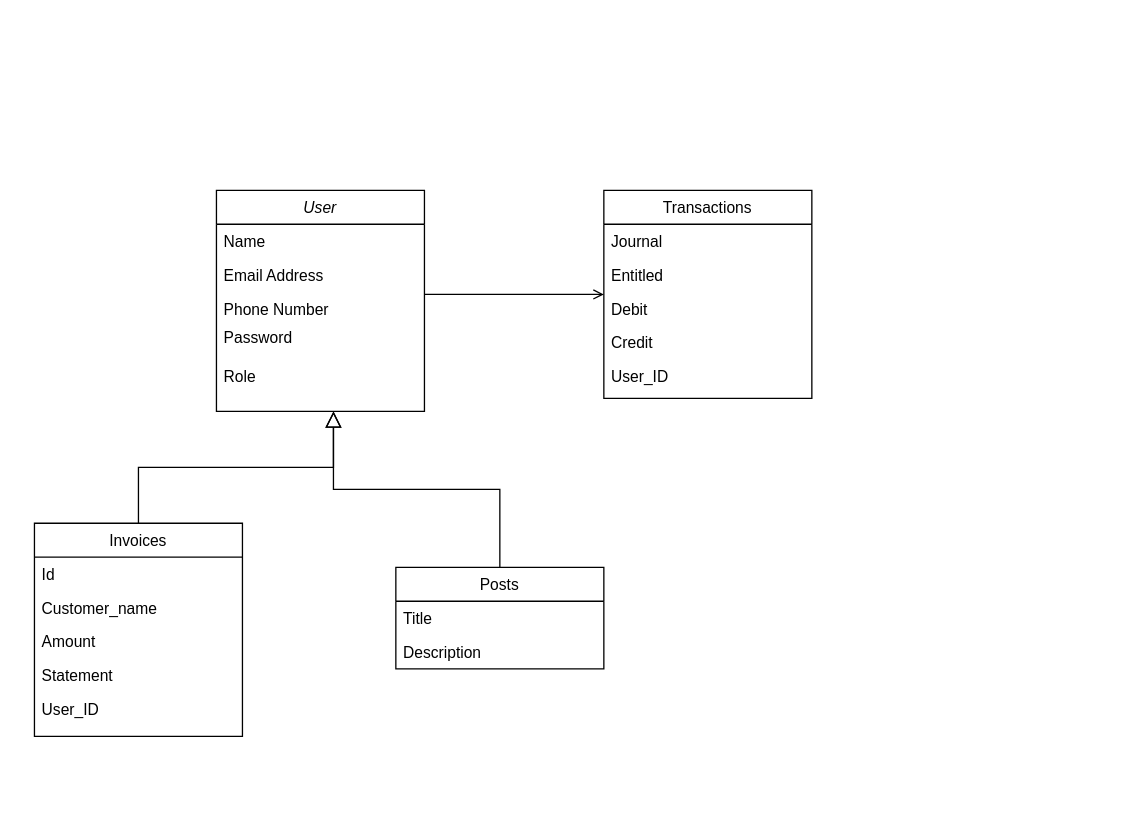
The draw.io diagram Untitled Diagram.drawio in Fitahsoufian/Projet-Fin-d-tudes, before the edit. Source tidied: cells renumbered, new cells numbered last; positions are measured from the earlier drawing's top-left corner, leaving out a move shared by most shapes. Both pictures are drawn from the tidied source at 130%, with x=0, y=0 at pixel (34, 190).
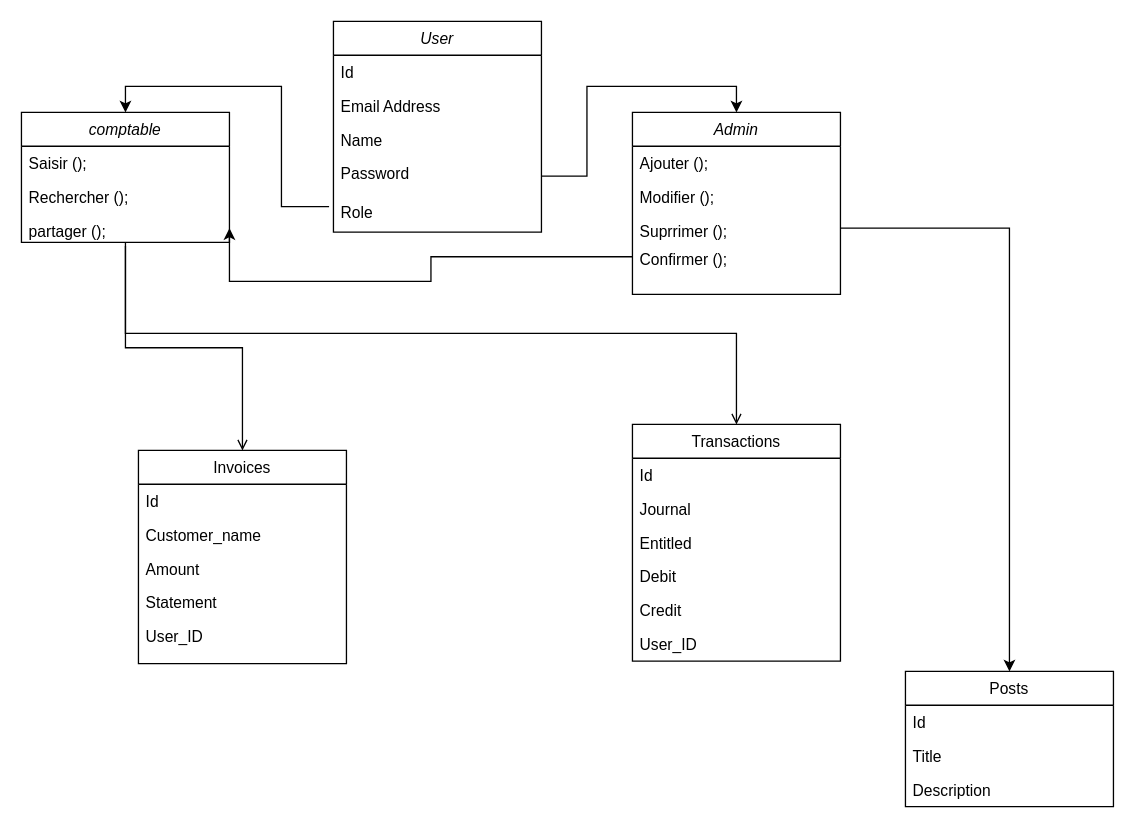
The same diagram, later.

Diff of the diagram source:
```diff
@@
     <mxCell id="2" value="User" style="swimlane;fontStyle=2;align=center;verticalAlign=top;horizontal=1;startSize=26;rounded=0;shadow=0;strokeWidth=1;" parent="1" vertex="1">
-      <mxGeometry x="140" width="160" height="170" as="geometry" />
+      <mxGeometry x="230" y="-130" width="160" height="162" as="geometry" />
     </mxCell>
+    <mxCell id="26" value="Id" style="text;align=left;verticalAlign=top;spacingLeft=4;spacingRight=4;overflow=hidden;rounded=0;shadow=0;html=0;" parent="2" vertex="1">
+      <mxGeometry y="26" width="160" height="26" as="geometry" />
+    </mxCell>
+    <mxCell id="4" value="Email Address" style="text;align=left;verticalAlign=top;spacingLeft=4;spacingRight=4;overflow=hidden;rounded=0;shadow=0;html=0;" parent="2" vertex="1">
+      <mxGeometry y="52" width="160" height="26" as="geometry" />
+    </mxCell>
     <mxCell id="3" value="Name" style="text;align=left;verticalAlign=top;spacingLeft=4;spacingRight=4;overflow=hidden;" parent="2" vertex="1">
-      <mxGeometry y="26" width="160" height="26" as="geometry" />
+      <mxGeometry y="78" width="160" height="26" as="geometry" />
     </mxCell>
-    <mxCell id="4" value="Email Address" style="text;align=left;verticalAlign=top;spacingLeft=4;spacingRight=4;overflow=hidden;rounded=0;shadow=0;html=0;" parent="2" vertex="1">
-      <mxGeometry y="52" width="160" height="26" as="geometry" />
-    </mxCell>
-    <mxCell id="5" value="Phone Number" style="text;align=left;verticalAlign=top;spacingLeft=4;spacingRight=4;overflow=hidden;points=[[0,0.5],[1,0.5]];portConstraint=eastwest;rounded=0;shadow=0;html=0;" parent="2" vertex="1">
-      <mxGeometry y="78" width="160" height="22" as="geometry" />
-    </mxCell>
     <mxCell id="6" value="Password" style="text;align=left;verticalAlign=top;spacingLeft=4;spacingRight=4;overflow=hidden;points=[[0,0.5],[1,0.5]];portConstraint=eastwest;rounded=0;shadow=0;html=0;" parent="2" vertex="1">
-      <mxGeometry y="100" width="160" height="30" as="geometry" />
+      <mxGeometry y="104" width="160" height="30" as="geometry" />
     </mxCell>
     <mxCell id="7" value="Role" style="text;align=left;verticalAlign=top;spacingLeft=4;spacingRight=4;overflow=hidden;points=[[0,0.5],[1,0.5]];portConstraint=eastwest;rounded=0;shadow=0;html=0;" parent="2" vertex="1">
-      <mxGeometry y="130" width="160" height="40" as="geometry" />
+      <mxGeometry y="134" width="160" height="28" as="geometry" />
     </mxCell>
     <mxCell id="8" value="Invoices" style="swimlane;fontStyle=0;align=center;verticalAlign=top;horizontal=1;startSize=26;rounded=0;shadow=0;strokeWidth=1;" parent="1" vertex="1">
-      <mxGeometry y="256" width="160" height="164" as="geometry" />
+      <mxGeometry x="80" y="200" width="160" height="164" as="geometry" />
     </mxCell>
@@
-    <mxCell id="14" style="endArrow=block;endSize=10;endFill=0;shadow=0;strokeWidth=1;rounded=0;edgeStyle=elbowEdgeStyle;elbow=vertical;" parent="1" edge="1" source="8">
-      <mxGeometry relative="1" as="geometry">
-        <mxPoint x="230" y="170" as="targetPoint" />
-      </mxGeometry>
-    </mxCell>
     <mxCell id="15" value="Posts" style="swimlane;fontStyle=0;align=center;verticalAlign=top;horizontal=1;startSize=26;rounded=0;shadow=0;strokeWidth=1;" parent="1" vertex="1">
-      <mxGeometry x="278" y="290" width="160" height="78" as="geometry" />
+      <mxGeometry x="670" y="370" width="160" height="104" as="geometry" />
     </mxCell>
+    <mxCell id="27" value="Id" style="text;align=left;verticalAlign=top;spacingLeft=4;spacingRight=4;overflow=hidden;rounded=0;shadow=0;html=0;" parent="15" vertex="1">
+      <mxGeometry y="26" width="160" height="26" as="geometry" />
+    </mxCell>
     <mxCell id="16" value="Title" style="text;align=left;verticalAlign=top;spacingLeft=4;spacingRight=4;overflow=hidden;" parent="15" vertex="1">
-      <mxGeometry y="26" width="160" height="26" as="geometry" />
+      <mxGeometry y="52" width="160" height="26" as="geometry" />
     </mxCell>
     <mxCell id="17" value="Description" style="text;align=left;verticalAlign=top;spacingLeft=4;spacingRight=4;overflow=hidden;" parent="15" vertex="1">
-      <mxGeometry y="52" width="160" height="26" as="geometry" />
+      <mxGeometry y="78" width="160" height="26" as="geometry" />
     </mxCell>
-    <mxCell id="18" style="endArrow=block;endSize=10;endFill=0;shadow=0;strokeWidth=1;rounded=0;edgeStyle=elbowEdgeStyle;elbow=vertical;" parent="1" edge="1" source="15">
-      <mxGeometry relative="1" as="geometry">
-        <mxPoint x="230" y="170" as="targetPoint" />
-      </mxGeometry>
-    </mxCell>
     <mxCell id="19" value="Transactions" style="swimlane;fontStyle=0;align=center;verticalAlign=top;horizontal=1;startSize=26;rounded=0;shadow=0;strokeWidth=1;" parent="1" vertex="1">
-      <mxGeometry x="438" width="160" height="160" as="geometry" />
+      <mxGeometry x="460" y="180" width="160" height="182" as="geometry" />
     </mxCell>
+    <mxCell id="28" value="Id" style="text;align=left;verticalAlign=top;spacingLeft=4;spacingRight=4;overflow=hidden;rounded=0;shadow=0;html=0;" parent="19" vertex="1">
+      <mxGeometry y="26" width="160" height="26" as="geometry" />
+    </mxCell>
     <mxCell id="20" value="Journal" style="text;align=left;verticalAlign=top;spacingLeft=4;spacingRight=4;overflow=hidden;" parent="19" vertex="1">
-      <mxGeometry y="26" width="160" height="26" as="geometry" />
+      <mxGeometry y="52" width="160" height="26" as="geometry" />
     </mxCell>
     <mxCell id="21" value="Entitled" style="text;align=left;verticalAlign=top;spacingLeft=4;spacingRight=4;overflow=hidden;rounded=0;shadow=0;html=0;" parent="19" vertex="1">
-      <mxGeometry y="52" width="160" height="26" as="geometry" />
+      <mxGeometry y="78" width="160" height="26" as="geometry" />
     </mxCell>
     <mxCell id="22" value="Debit" style="text;align=left;verticalAlign=top;spacingLeft=4;spacingRight=4;overflow=hidden;rounded=0;shadow=0;html=0;" parent="19" vertex="1">
-      <mxGeometry y="78" width="160" height="26" as="geometry" />
+      <mxGeometry y="104" width="160" height="26" as="geometry" />
     </mxCell>
     <mxCell id="23" value="Credit" style="text;align=left;verticalAlign=top;spacingLeft=4;spacingRight=4;overflow=hidden;rounded=0;shadow=0;html=0;" parent="19" vertex="1">
-      <mxGeometry y="104" width="160" height="26" as="geometry" />
+      <mxGeometry y="130" width="160" height="26" as="geometry" />
     </mxCell>
     <mxCell id="24" value="User_ID" style="text;align=left;verticalAlign=top;spacingLeft=4;spacingRight=4;overflow=hidden;rounded=0;shadow=0;html=0;" parent="19" vertex="1">
-      <mxGeometry y="130" width="160" height="26" as="geometry" />
+      <mxGeometry y="156" width="160" height="26" as="geometry" />
     </mxCell>
-    <mxCell id="25" style="endArrow=open;shadow=0;strokeWidth=1;rounded=0;endFill=1;edgeStyle=elbowEdgeStyle;elbow=vertical;" parent="1" edge="1" source="2" target="19">
+    <mxCell id="25" style="endArrow=open;shadow=0;strokeWidth=1;rounded=0;endFill=1;edgeStyle=elbowEdgeStyle;elbow=vertical;exitX=0.5;exitY=1;exitDx=0;exitDy=0;" parent="1" edge="1" source="29" target="19">
       <mxGeometry x="0.5" y="41" relative="1" as="geometry">
         <mxPoint x="-40" y="32" as="offset" />
       </mxGeometry>
     </mxCell>
+    <mxCell id="29" value="comptable" style="swimlane;fontStyle=2;align=center;verticalAlign=top;horizontal=1;startSize=26;rounded=0;shadow=0;strokeWidth=1;" parent="1" vertex="1">
+      <mxGeometry x="-10" y="-60" width="160" height="100" as="geometry" />
+    </mxCell>
+    <mxCell id="30" value="Saisir ();" style="text;align=left;verticalAlign=top;spacingLeft=4;spacingRight=4;overflow=hidden;" parent="29" vertex="1">
+      <mxGeometry y="26" width="160" height="26" as="geometry" />
+    </mxCell>
+    <mxCell id="31" value="Rechercher ();" style="text;align=left;verticalAlign=top;spacingLeft=4;spacingRight=4;overflow=hidden;rounded=0;shadow=0;html=0;" parent="29" vertex="1">
+      <mxGeometry y="52" width="160" height="26" as="geometry" />
+    </mxCell>
+    <mxCell id="5" value="partager ();" style="text;align=left;verticalAlign=top;spacingLeft=4;spacingRight=4;overflow=hidden;points=[[0,0.5],[1,0.5]];portConstraint=eastwest;rounded=0;shadow=0;html=0;" parent="29" vertex="1">
+      <mxGeometry y="78" width="160" height="22" as="geometry" />
+    </mxCell>
+    <mxCell id="32" style="edgeStyle=orthogonalEdgeStyle;rounded=0;jettySize=auto;html=1;exitX=-0.021;exitY=0.3;exitDx=0;exitDy=0;entryX=0.5;entryY=0;entryDx=0;entryDy=0;exitPerimeter=0;" parent="1" edge="1" source="7" target="29">
+      <mxGeometry relative="1" as="geometry" />
+    </mxCell>
+    <mxCell id="33" value="Admin" style="swimlane;fontStyle=2;align=center;verticalAlign=top;horizontal=1;startSize=26;rounded=0;shadow=0;strokeWidth=1;" parent="1" vertex="1">
+      <mxGeometry x="460" y="-60" width="160" height="140" as="geometry" />
+    </mxCell>
+    <mxCell id="34" value="Ajouter ();" style="text;align=left;verticalAlign=top;spacingLeft=4;spacingRight=4;overflow=hidden;" parent="33" vertex="1">
+      <mxGeometry y="26" width="160" height="26" as="geometry" />
+    </mxCell>
+    <mxCell id="35" value="Modifier ();" style="text;align=left;verticalAlign=top;spacingLeft=4;spacingRight=4;overflow=hidden;rounded=0;shadow=0;html=0;" parent="33" vertex="1">
+      <mxGeometry y="52" width="160" height="26" as="geometry" />
+    </mxCell>
+    <mxCell id="36" value="Suprrimer ();" style="text;align=left;verticalAlign=top;spacingLeft=4;spacingRight=4;overflow=hidden;points=[[0,0.5],[1,0.5]];portConstraint=eastwest;rounded=0;shadow=0;html=0;" parent="33" vertex="1">
+      <mxGeometry y="78" width="160" height="22" as="geometry" />
+    </mxCell>
+    <mxCell id="37" value="Confirmer ();" style="text;align=left;verticalAlign=top;spacingLeft=4;spacingRight=4;overflow=hidden;points=[[0,0.5],[1,0.5]];portConstraint=eastwest;rounded=0;shadow=0;html=0;" parent="33" vertex="1">
+      <mxGeometry y="100" width="160" height="22" as="geometry" />
+    </mxCell>
+    <mxCell id="38" style="endArrow=open;shadow=0;strokeWidth=1;rounded=0;endFill=1;edgeStyle=elbowEdgeStyle;elbow=vertical;exitX=0.5;exitY=1.121;exitDx=0;exitDy=0;exitPerimeter=0;entryX=0.5;entryY=0;entryDx=0;entryDy=0;" parent="1" edge="1" source="5" target="8">
+      <mxGeometry x="0.5" y="41" relative="1" as="geometry">
+        <mxPoint x="-40" y="32" as="offset" />
+      </mxGeometry>
+    </mxCell>
+    <mxCell id="39" style="edgeStyle=orthogonalEdgeStyle;rounded=0;jettySize=auto;html=1;exitX=1;exitY=0.5;exitDx=0;exitDy=0;entryX=0.5;entryY=0;entryDx=0;entryDy=0;" parent="1" edge="1" source="36" target="15">
+      <mxGeometry relative="1" as="geometry">
+        <Array as="points">
+          <mxPoint x="750" y="29" />
+        </Array>
+      </mxGeometry>
+    </mxCell>
+    <mxCell id="40" style="edgeStyle=orthogonalEdgeStyle;rounded=0;jettySize=auto;html=1;exitX=1;exitY=0.5;exitDx=0;exitDy=0;entryX=0.5;entryY=0;entryDx=0;entryDy=0;" parent="1" edge="1" source="6" target="33">
+      <mxGeometry relative="1" as="geometry" />
+    </mxCell>
+    <mxCell id="41" style="edgeStyle=orthogonalEdgeStyle;rounded=0;jettySize=auto;html=1;exitX=0;exitY=0.5;exitDx=0;exitDy=0;entryX=1;entryY=0.5;entryDx=0;entryDy=0;" parent="1" edge="1" source="37" target="5">
+      <mxGeometry relative="1" as="geometry">
+        <Array as="points">
+          <mxPoint x="305" y="51" />
+          <mxPoint x="305" y="70" />
+          <mxPoint x="150" y="70" />
+        </Array>
+      </mxGeometry>
+    </mxCell>
```
